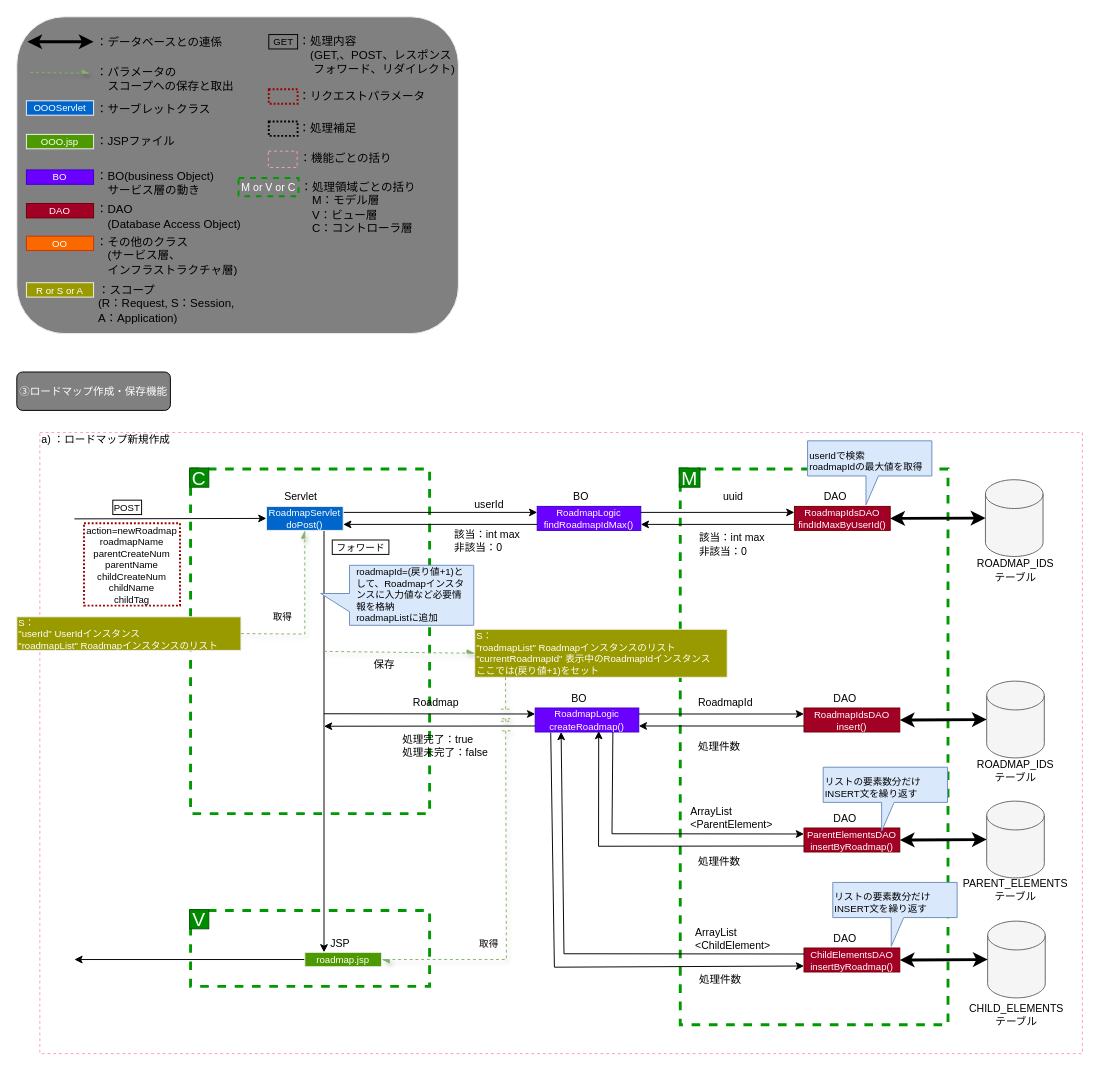
Above: 基本アーキテクチャ図3.drawio in NT0840/ITWorkshop (draw.io), before the change. Source tidied: cells renumbered, new cells numbered last; positions are measured from the earlier drawing's top-left corner, leaving out a move shared by most shapes. Both pictures are drawn from the tidied source at 96%, with x=0, y=0 at pixel (16, 16).
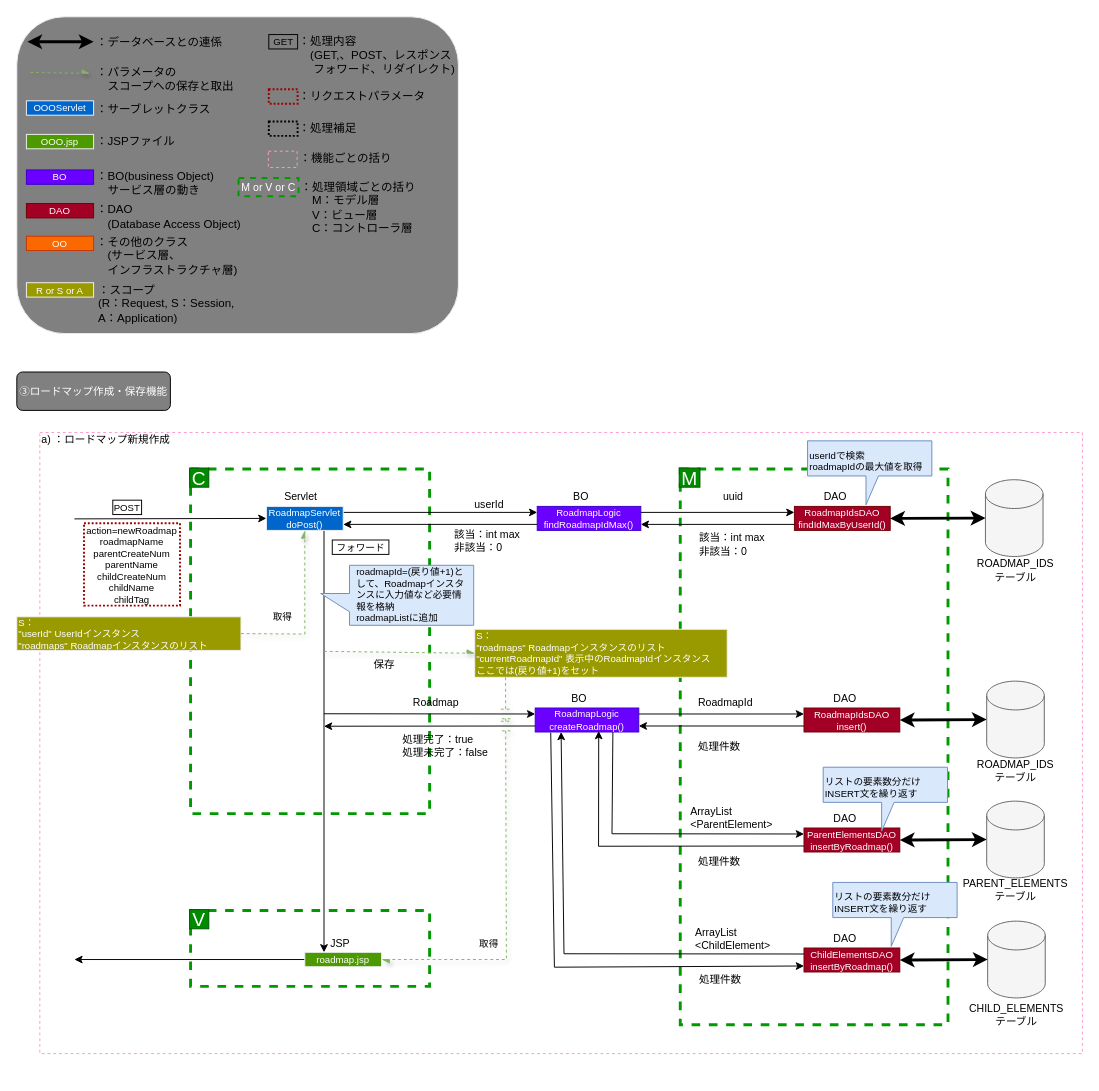
After the change.

Change to the diagram source:
```diff
@@
-    <mxCell id="49" value="&lt;span style=&quot;color: rgb(255, 255, 255);&quot;&gt;S：&lt;/span&gt;&lt;br style=&quot;color: rgb(255, 255, 255);&quot;&gt;&lt;span style=&quot;color: rgb(255, 255, 255);&quot;&gt;&quot;roadmapList&quot; Roadmapインスタンスのリスト&lt;/span&gt;&lt;span style=&quot;color: rgb(255, 255, 255);&quot;&gt;&lt;br&gt;&lt;/span&gt;&lt;span style=&quot;color: rgb(255, 255, 255);&quot;&gt;&quot;currentRoadmapId&quot; 表示中のRoadmapIdインスタンス&lt;br&gt;&lt;/span&gt;&lt;span style=&quot;color: rgb(255, 255, 255);&quot;&gt;ここでは(戻り値+1)をセット&lt;/span&gt;&lt;span style=&quot;color: rgb(255, 255, 255);&quot;&gt;&lt;br&gt;&lt;/span&gt;" style="rounded=0;whiteSpace=wrap;html=1;labelBackgroundColor=none;fillStyle=auto;strokeColor=#F0F0F0;fontFamily=Helvetica;fontSize=10;fontColor=#007FFF;fillColor=#999900;align=left;" parent="15" vertex="1">
+    <mxCell id="49" value="&lt;span style=&quot;color: rgb(255, 255, 255);&quot;&gt;S：&lt;/span&gt;&lt;br style=&quot;color: rgb(255, 255, 255);&quot;&gt;&lt;span style=&quot;color: rgb(255, 255, 255);&quot;&gt;&quot;roadmaps&quot;&lt;/span&gt;&lt;span style=&quot;color: rgb(255, 255, 255);&quot;&gt;&amp;nbsp;Roadmapインスタンスのリスト&lt;/span&gt;&lt;span style=&quot;color: rgb(255, 255, 255);&quot;&gt;&lt;br&gt;&lt;/span&gt;&lt;span style=&quot;color: rgb(255, 255, 255);&quot;&gt;&quot;currentRoadmapId&quot; 表示中のRoadmapIdインスタンス&lt;br&gt;&lt;/span&gt;&lt;span style=&quot;color: rgb(255, 255, 255);&quot;&gt;ここでは(戻り値+1)をセット&lt;/span&gt;&lt;span style=&quot;color: rgb(255, 255, 255);&quot;&gt;&lt;br&gt;&lt;/span&gt;" style="rounded=0;whiteSpace=wrap;html=1;labelBackgroundColor=none;fillStyle=auto;strokeColor=#F0F0F0;fontFamily=Helvetica;fontSize=10;fontColor=#007FFF;fillColor=#999900;align=left;" parent="15" vertex="1">
       <mxGeometry x="477" y="638" width="263" height="50" as="geometry" />
     </mxCell>
@@
-    <mxCell id="84" value="&lt;font color=&quot;#ffffff&quot;&gt;S：&lt;br&gt;&lt;/font&gt;&lt;span style=&quot;color: rgb(255, 255, 255);&quot;&gt;&quot;userId&quot; UserIdインスタンス&lt;br&gt;&lt;/span&gt;&lt;span style=&quot;color: rgb(255, 255, 255);&quot;&gt;&quot;roadmapList&quot; Roadmapインスタンスのリスト&lt;/span&gt;&lt;span style=&quot;color: rgb(255, 255, 255);&quot;&gt;&lt;br&gt;&lt;/span&gt;" style="rounded=0;whiteSpace=wrap;html=1;labelBackgroundColor=none;fillStyle=auto;strokeColor=#F0F0F0;fontFamily=Helvetica;fontSize=10;fontColor=#007FFF;fillColor=#999900;align=left;" parent="15" vertex="1">
+    <mxCell id="84" value="&lt;font color=&quot;#ffffff&quot;&gt;S：&lt;br&gt;&lt;/font&gt;&lt;span style=&quot;color: rgb(255, 255, 255);&quot;&gt;&quot;userId&quot; UserIdインスタンス&lt;br&gt;&lt;/span&gt;&lt;span style=&quot;color: rgb(255, 255, 255);&quot;&gt;&quot;roadmaps&quot;&lt;/span&gt;&lt;span style=&quot;color: rgb(255, 255, 255);&quot;&gt;&amp;nbsp;Roadmapインスタンスのリスト&lt;/span&gt;&lt;span style=&quot;color: rgb(255, 255, 255);&quot;&gt;&lt;br&gt;&lt;/span&gt;" style="rounded=0;whiteSpace=wrap;html=1;labelBackgroundColor=none;fillStyle=auto;strokeColor=#F0F0F0;fontFamily=Helvetica;fontSize=10;fontColor=#007FFF;fillColor=#999900;align=left;" parent="15" vertex="1">
       <mxGeometry y="625" width="233.5" height="35" as="geometry" />
     </mxCell>
```
